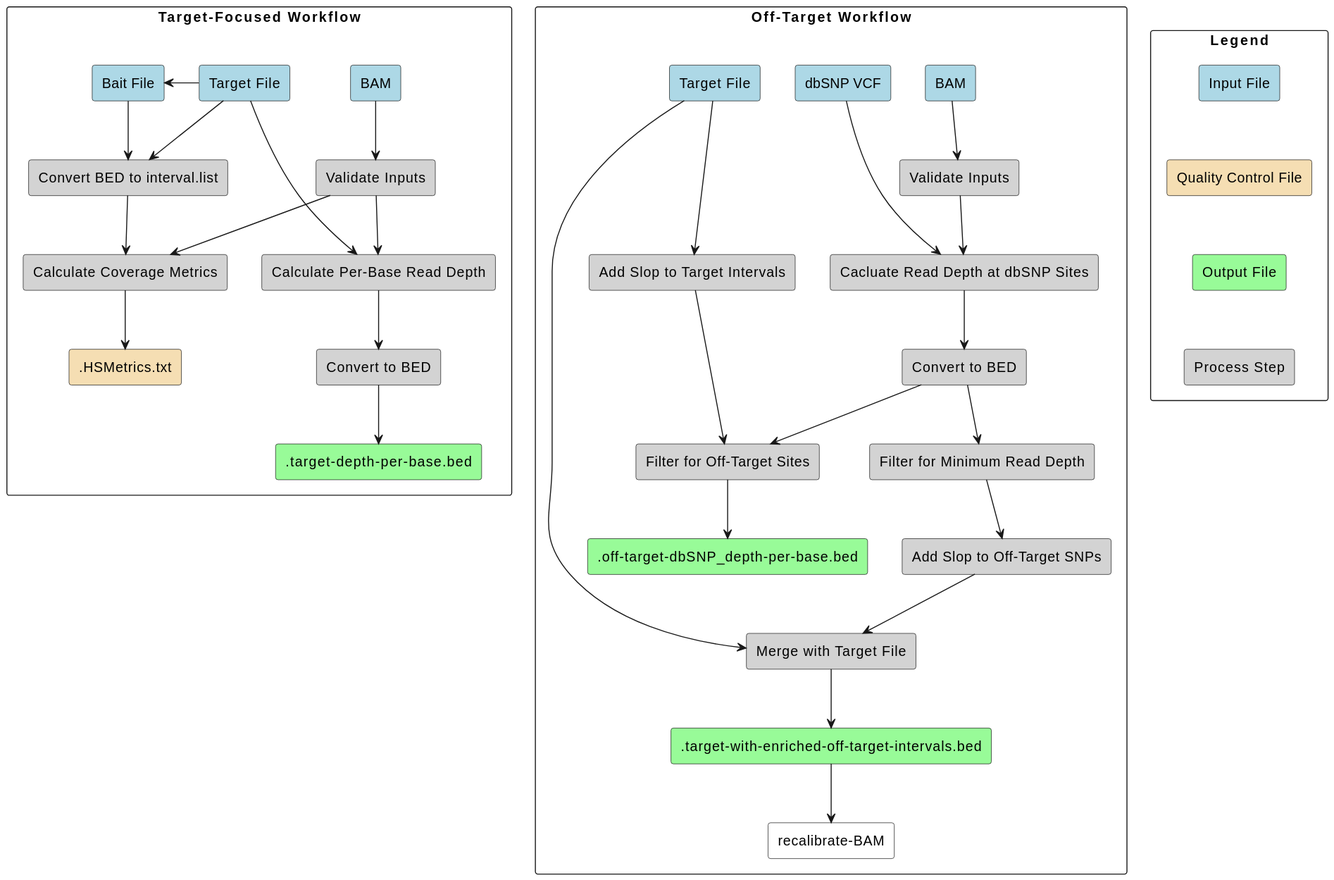
uclahs-cds/pipeline-calculate-targeted-coverage keeps this PlantUML diagram as docs/calculate-targeted-coverage-flow.svg. Above is the earlier version.
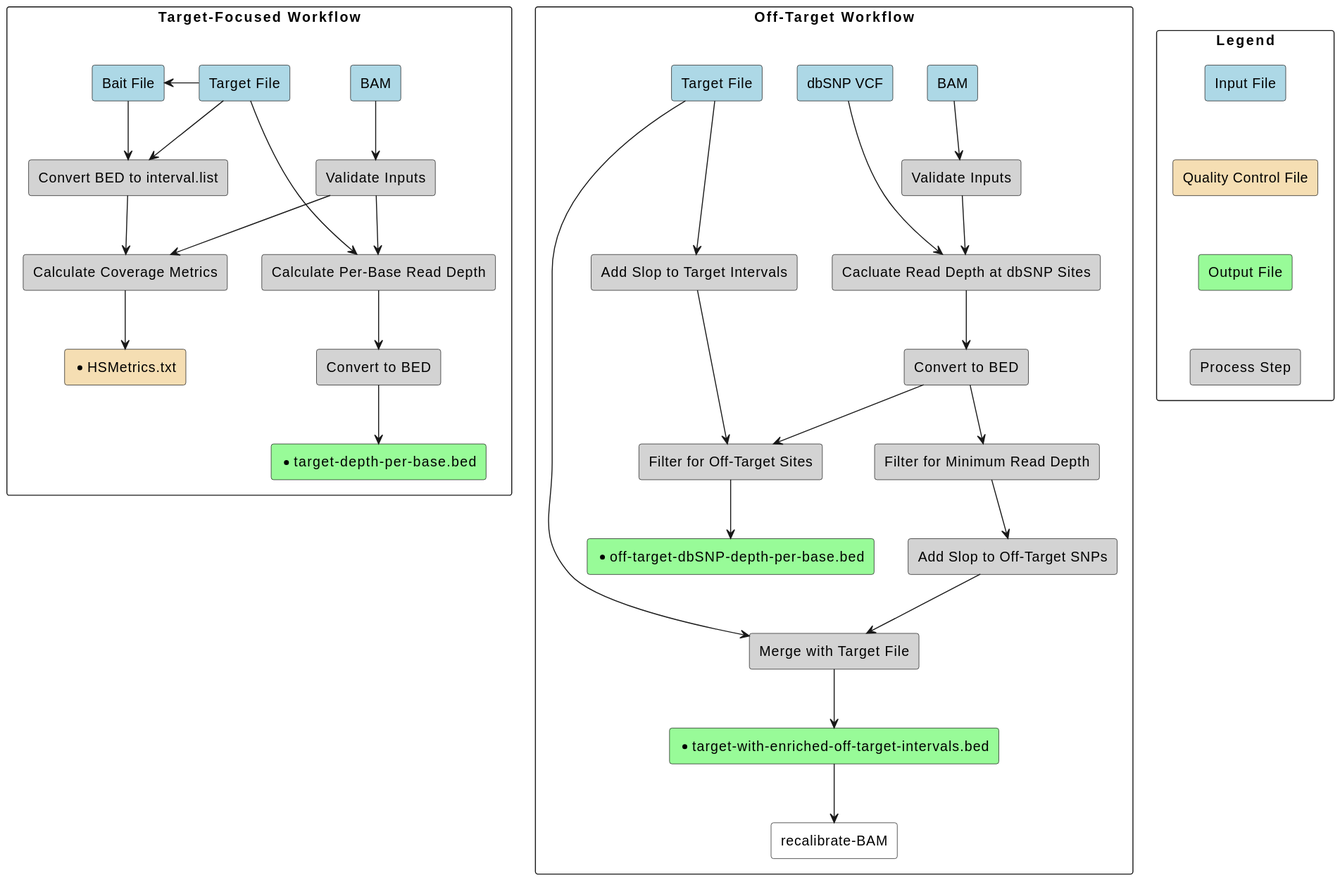
Later version of the same file.

The edit, as a diff of the source:
```diff
@@ -21,8 +21,8 @@
     rectangle "Convert BED to interval.list" as ConvBEDtoIntervalList <<ProcessStep>>
     rectangle "Convert to BED" as ConvtoBED1 <<ProcessStep>>
     rectangle "Calculate Coverage Metrics" as CalcCovMetrics <<ProcessStep>>
-    rectangle ".target-depth-per-base.bed" as TargetReadDepthBED <<OutputFile>>
-    rectangle ".HSMetrics.txt" as HSMetrics <<QCFile>>
+    rectangle "*target-depth-per-base.bed" as TargetReadDepthBED <<OutputFile>>
+    rectangle "*HSMetrics.txt" as HSMetrics <<QCFile>>
 }
 
 
@@ -41,8 +41,8 @@
     rectangle "Merge with Target File" as MergeWithTarget <<ProcessStep>>
     rectangle "Add Slop to Target Intervals" as AddSlopTarget <<ProcessStep>>
 
-    rectangle ".target-with-enriched-off-target-intervals.bed" as TargetPlusOffTargetReadDepthBED <<OutputFile>>
-    rectangle ".off-target-dbSNP_depth-per-base.bed" as OffTargetReadDepth <<OutputFile>>
+    rectangle "*target-with-enriched-off-target-intervals.bed" as TargetPlusOffTargetReadDepthBED <<OutputFile>>
+    rectangle "*off-target-dbSNP-depth-per-base.bed" as OffTargetReadDepth <<OutputFile>>
 
     rectangle "recalibrate-BAM" as RecalBAM #White
 }
```
